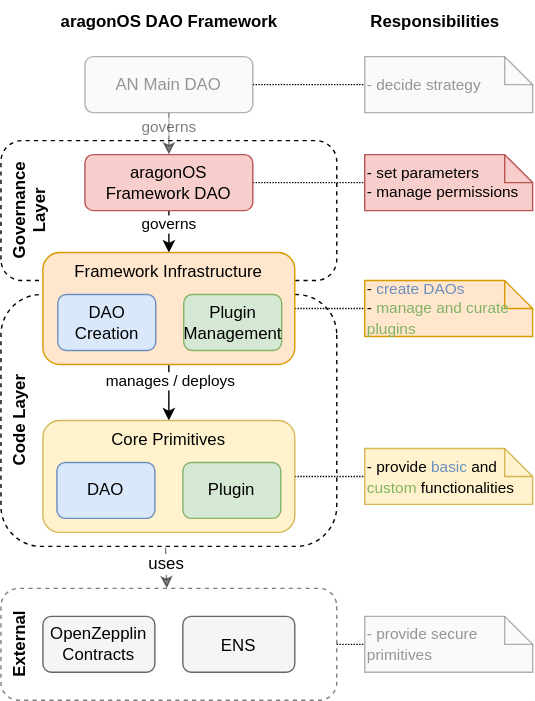
This is packages/contracts/docs/core/01-how-it-works/02-the-dao-framework/aragon-os-framework-overview.drawio.svg from aragon/osx, a draw.io export, as it was before one commit. Source tidied: cells renumbered, new cells last; positions are measured from the earlier drawing's top-left corner, leaving out a move shared by most shapes. Source of this version:
```xml
<mxGraphModel>
  <root>
    <mxCell id="0" />
    <mxCell id="1" parent="0" />
    <mxCell id="2" value="External" style="rounded=1;whiteSpace=wrap;html=1;dashed=1;fillColor=none;verticalAlign=top;fontStyle=1;arcSize=16;direction=west;rotation=270;opacity=50;" parent="1" vertex="1">
      <mxGeometry x="50" y="340" width="80" height="240" as="geometry" />
    </mxCell>
    <mxCell id="3" value="Code Layer" style="rounded=1;whiteSpace=wrap;html=1;dashed=1;fillColor=none;verticalAlign=top;fontStyle=1;arcSize=16;direction=west;rotation=270;" parent="1" vertex="1">
      <mxGeometry y="180" width="180" height="240" as="geometry" />
    </mxCell>
    <mxCell id="4" value="&lt;span style=&quot;font-size: 11px&quot;&gt;&lt;font style=&quot;font-size: 11px&quot;&gt;&amp;nbsp;- decide strategy&lt;/font&gt;&lt;br&gt;&lt;/span&gt;" style="shape=note;size=20;whiteSpace=wrap;html=1;fontSize=12;fillColor=#f5f5f5;align=left;strokeColor=#666666;fontColor=#333333;textOpacity=50;opacity=50;" parent="1" vertex="1">
      <mxGeometry x="230" y="40" width="120" height="40" as="geometry" />
    </mxCell>
    <mxCell id="5" value="&lt;div style=&quot;font-size: 11px&quot;&gt;&lt;span&gt;&amp;nbsp;- set parameters&lt;/span&gt;&lt;br&gt;&lt;/div&gt;&lt;div style=&quot;font-size: 11px&quot;&gt;&lt;span&gt;&lt;font style=&quot;font-size: 11px&quot;&gt;&amp;nbsp;- manage permissions&lt;/font&gt;&lt;/span&gt;&lt;/div&gt;" style="shape=note;size=20;whiteSpace=wrap;html=1;fontSize=12;fillColor=#f8cecc;align=left;strokeColor=#b85450;" parent="1" vertex="1">
      <mxGeometry x="230" y="110" width="120" height="40" as="geometry" />
    </mxCell>
    <mxCell id="6" value="&lt;span style=&quot;font-size: 11px;&quot;&gt;&lt;font style=&quot;font-size: 11px;&quot;&gt;&amp;nbsp;- &lt;font style=&quot;&quot; color=&quot;#6c8ebf&quot;&gt;create DAOs&lt;/font&gt;&lt;br&gt;&amp;nbsp;- &lt;font color=&quot;#81b365&quot;&gt;manage and curate&lt;br&gt;&amp;nbsp; &amp;nbsp;plugins&lt;/font&gt;&lt;/font&gt;&lt;br&gt;&lt;/span&gt;" style="shape=note;size=20;whiteSpace=wrap;html=1;fontSize=12;fillColor=#ffe6cc;align=left;strokeColor=#d79b00;" parent="1" vertex="1">
      <mxGeometry x="230" y="200" width="120" height="40" as="geometry" />
    </mxCell>
    <mxCell id="7" style="edgeStyle=orthogonalEdgeStyle;rounded=0;jettySize=auto;html=1;fontSize=11;endArrow=none;endFill=0;dashed=1;dashPattern=1 1;textOpacity=50;" parent="1" edge="1" source="22" target="4">
      <mxGeometry relative="1" as="geometry" />
    </mxCell>
    <mxCell id="8" style="edgeStyle=orthogonalEdgeStyle;rounded=0;jettySize=auto;html=1;exitX=1;exitY=0.5;exitDx=0;exitDy=0;fontSize=11;endArrow=none;endFill=0;dashed=1;dashPattern=1 1;" parent="1" edge="1" source="19" target="5">
      <mxGeometry relative="1" as="geometry" />
    </mxCell>
    <mxCell id="9" style="edgeStyle=orthogonalEdgeStyle;rounded=0;jettySize=auto;html=1;exitX=1;exitY=0.5;exitDx=0;exitDy=0;fontSize=11;endArrow=none;endFill=0;dashed=1;dashPattern=1 1;" parent="1" edge="1" source="33" target="6">
      <mxGeometry relative="1" as="geometry" />
    </mxCell>
    <mxCell id="10" value="&lt;span style=&quot;font-size: 11px;&quot;&gt;&lt;font style=&quot;font-size: 11px;&quot;&gt;&amp;nbsp;- provide &lt;font style=&quot;&quot; color=&quot;#6c8ebf&quot;&gt;basic&lt;/font&gt; and&lt;br&gt;&amp;nbsp; &amp;nbsp;&lt;font style=&quot;&quot; color=&quot;#81b365&quot;&gt;custom&lt;/font&gt;&lt;font style=&quot;&quot; color=&quot;#97d077&quot;&gt;&amp;nbsp;&lt;/font&gt;functionalities&lt;/font&gt;&lt;br&gt;&lt;/span&gt;" style="shape=note;size=20;whiteSpace=wrap;html=1;fontSize=12;fillColor=#fff2cc;align=left;strokeColor=#d6b656;" parent="1" vertex="1">
      <mxGeometry x="230" y="320" width="120" height="40" as="geometry" />
    </mxCell>
    <mxCell id="11" style="edgeStyle=orthogonalEdgeStyle;rounded=0;jettySize=auto;html=1;dashed=1;dashPattern=1 1;fontSize=11;endArrow=none;endFill=0;" parent="1" edge="1" source="29" target="10">
      <mxGeometry relative="1" as="geometry" />
    </mxCell>
    <mxCell id="12" value="&lt;font color=&quot;#000000&quot; style=&quot;font-size: 12px;&quot;&gt;&lt;b style=&quot;font-size: 12px;&quot;&gt;Responsibilities&lt;/b&gt;&lt;/font&gt;" style="text;html=1;align=center;verticalAlign=middle;strokeColor=none;fillColor=none;fontSize=12;fontColor=#7EA6E0;" parent="1" vertex="1">
      <mxGeometry x="220" width="120" height="30" as="geometry" />
    </mxCell>
    <mxCell id="13" value="&lt;span style=&quot;font-size: 11px&quot;&gt;&lt;font style=&quot;font-size: 11px&quot;&gt;&amp;nbsp;- provide secure &lt;br&gt;&amp;nbsp; &amp;nbsp;primitives&lt;/font&gt;&lt;br&gt;&lt;/span&gt;" style="shape=note;size=20;whiteSpace=wrap;html=1;fontSize=12;fillColor=#f5f5f5;align=left;strokeColor=#666666;fontColor=#333333;opacity=50;textOpacity=50;" parent="1" vertex="1">
      <mxGeometry x="230" y="440" width="120" height="40" as="geometry" />
    </mxCell>
    <mxCell id="14" style="edgeStyle=orthogonalEdgeStyle;rounded=0;jettySize=auto;html=1;dashed=1;dashPattern=1 1;fontSize=11;fontColor=#000000;endArrow=none;endFill=0;textOpacity=50;exitX=0.5;exitY=0;exitDx=0;exitDy=0;" parent="1" edge="1" source="2" target="13">
      <mxGeometry relative="1" as="geometry">
        <Array as="points">
          <mxPoint x="220" y="460" />
          <mxPoint x="220" y="460" />
        </Array>
      </mxGeometry>
    </mxCell>
    <mxCell id="15" value="&lt;font color=&quot;#000000&quot; style=&quot;font-size: 12px;&quot;&gt;&lt;span style=&quot;font-size: 12px;&quot;&gt;&lt;b&gt;aragonOS&lt;/b&gt;&lt;/span&gt;&lt;b style=&quot;font-size: 12px;&quot;&gt; DAO Framework&lt;br style=&quot;font-size: 12px;&quot;&gt;&lt;/b&gt;&lt;/font&gt;" style="text;html=1;align=center;verticalAlign=middle;strokeColor=none;fillColor=none;fontSize=12;fontColor=#7EA6E0;rounded=0;" parent="1" vertex="1">
      <mxGeometry width="180" height="30" as="geometry" />
    </mxCell>
    <mxCell id="16" value="Governance Layer" style="rounded=1;whiteSpace=wrap;html=1;dashed=1;fillColor=none;verticalAlign=top;fontStyle=1;rotation=270;" parent="1" vertex="1">
      <mxGeometry x="40" y="30" width="100" height="240" as="geometry" />
    </mxCell>
    <mxCell id="17" style="edgeStyle=orthogonalEdgeStyle;rounded=0;jettySize=auto;html=1;" parent="1" edge="1" source="19" target="33">
      <mxGeometry relative="1" as="geometry" />
    </mxCell>
    <mxCell id="18" value="governs" style="edgeLabel;html=1;align=center;verticalAlign=middle;" parent="17" vertex="1">
      <mxGeometry x="-0.32" relative="1" as="geometry">
        <mxPoint y="-7" as="offset" />
      </mxGeometry>
    </mxCell>
    <mxCell id="19" value="aragonOS Framework DAO" style="rounded=1;whiteSpace=wrap;html=1;verticalAlign=middle;fontStyle=0;fillColor=#f8cecc;strokeColor=#b85450;" parent="1" vertex="1">
      <mxGeometry x="30" y="110" width="120" height="40" as="geometry" />
    </mxCell>
    <mxCell id="20" style="edgeStyle=orthogonalEdgeStyle;rounded=0;jettySize=auto;html=1;textOpacity=50;opacity=50;" parent="1" edge="1" source="22" target="19">
      <mxGeometry relative="1" as="geometry" />
    </mxCell>
    <mxCell id="21" value="governs" style="edgeLabel;html=1;align=center;verticalAlign=middle;textOpacity=50;" parent="20" vertex="1">
      <mxGeometry x="-0.69" relative="1" as="geometry">
        <mxPoint y="2" as="offset" />
      </mxGeometry>
    </mxCell>
    <mxCell id="22" value="AN Main DAO" style="rounded=1;whiteSpace=wrap;html=1;verticalAlign=middle;fontStyle=0;fillColor=#f5f5f5;strokeColor=#666666;fontColor=#333333;opacity=50;textOpacity=50;" parent="1" vertex="1">
      <mxGeometry x="30" y="40" width="120" height="40" as="geometry" />
    </mxCell>
    <mxCell id="23" style="edgeStyle=orthogonalEdgeStyle;rounded=0;jettySize=auto;html=1;" parent="1" edge="1" source="33" target="29">
      <mxGeometry relative="1" as="geometry" />
    </mxCell>
    <mxCell id="24" value="manages / deploys" style="edgeLabel;html=1;align=center;verticalAlign=middle;" parent="23" vertex="1">
      <mxGeometry x="-0.55" relative="1" as="geometry">
        <mxPoint x="1" y="3" as="offset" />
      </mxGeometry>
    </mxCell>
    <mxCell id="25" value="OpenZepplin Contracts" style="rounded=1;whiteSpace=wrap;html=1;verticalAlign=middle;fontStyle=0;fillColor=#f5f5f5;strokeColor=#666666;fontColor=#000000;" parent="1" vertex="1">
      <mxGeometry y="440" width="80" height="40" as="geometry" />
    </mxCell>
    <mxCell id="26" style="rounded=0;jettySize=auto;html=1;fontSize=12;fontColor=#000000;endArrow=classic;endFill=1;opacity=50;exitX=1.005;exitY=0.51;exitDx=0;exitDy=0;exitPerimeter=0;" parent="1" edge="1" source="3" target="2">
      <mxGeometry relative="1" as="geometry" />
    </mxCell>
    <mxCell id="27" value="uses" style="edgeLabel;html=1;align=center;verticalAlign=middle;fontSize=12;fontColor=#000000;" parent="26" vertex="1">
      <mxGeometry x="-0.47" y="2" relative="1" as="geometry">
        <mxPoint x="-2" y="4" as="offset" />
      </mxGeometry>
    </mxCell>
    <mxCell id="28" style="group;" parent="1" vertex="1">
      <mxGeometry y="300" width="180" height="80" as="geometry" />
    </mxCell>
    <mxCell id="29" value="Core Primitives" style="rounded=1;whiteSpace=wrap;html=1;verticalAlign=top;fontStyle=0;fillColor=#fff2cc;strokeColor=#d6b656;" parent="28" vertex="1">
      <mxGeometry width="180" height="80" as="geometry" />
    </mxCell>
    <mxCell id="30" value="DAO" style="rounded=1;whiteSpace=wrap;html=1;verticalAlign=middle;fontStyle=0;fillColor=#dae8fc;strokeColor=#6c8ebf;" parent="28" vertex="1">
      <mxGeometry x="10" y="30" width="70" height="40" as="geometry" />
    </mxCell>
    <mxCell id="31" value="Plugin" style="rounded=1;whiteSpace=wrap;html=1;verticalAlign=middle;fontStyle=0;fillColor=#d5e8d4;strokeColor=#82b366;" parent="28" vertex="1">
      <mxGeometry x="100" y="30" width="70" height="40" as="geometry" />
    </mxCell>
    <mxCell id="32" style="group;" parent="1" vertex="1">
      <mxGeometry y="180" width="180" height="80" as="geometry" />
    </mxCell>
    <mxCell id="33" value="Framework Infrastructure" style="rounded=1;whiteSpace=wrap;html=1;verticalAlign=top;fontStyle=0;fillColor=#ffe6cc;strokeColor=#d79b00;" parent="32" vertex="1">
      <mxGeometry width="180" height="80" as="geometry" />
    </mxCell>
    <mxCell id="34" value="DAO Creation" style="rounded=1;whiteSpace=wrap;html=1;verticalAlign=middle;fontStyle=0;fillColor=#dae8fc;strokeColor=#6c8ebf;" parent="32" vertex="1">
      <mxGeometry x="10.6" y="30" width="70" height="40" as="geometry" />
    </mxCell>
    <mxCell id="35" value="Plugin&lt;br&gt;Management" style="rounded=1;whiteSpace=wrap;html=1;verticalAlign=middle;fontStyle=0;fillColor=#d5e8d4;strokeColor=#82b366;" parent="32" vertex="1">
      <mxGeometry x="100.6" y="30" width="70" height="40" as="geometry" />
    </mxCell>
    <mxCell id="36" value="&lt;p style=&quot;line-height: 1&quot;&gt;&lt;font color=&quot;#000000&quot;&gt;ENS&lt;/font&gt;&lt;/p&gt;" style="rounded=1;whiteSpace=wrap;html=1;verticalAlign=middle;fontStyle=0;fillColor=#f5f5f5;strokeColor=#666666;fontColor=#333333;" parent="1" vertex="1">
      <mxGeometry x="100" y="440" width="80" height="40" as="geometry" />
    </mxCell>
  </root>
</mxGraphModel>
```
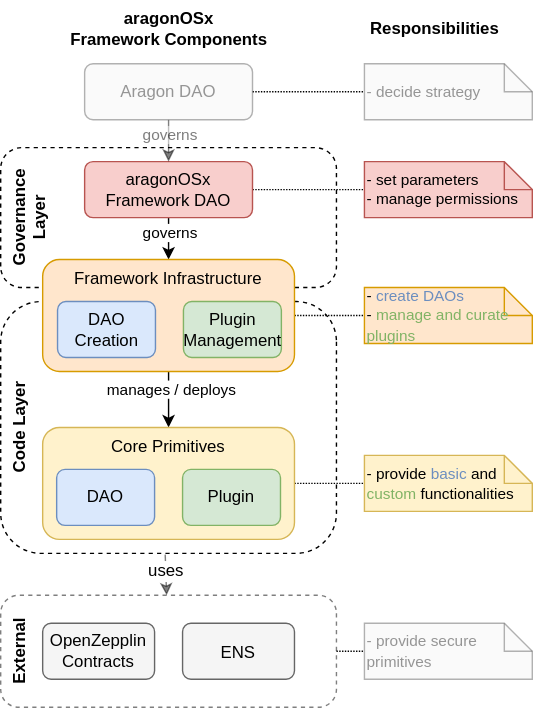
The same file after the commit.

Change to the diagram source:
```diff
@@ -46,8 +46,8 @@
         </Array>
       </mxGeometry>
     </mxCell>
-    <mxCell id="15" value="&lt;font color=&quot;#000000&quot; style=&quot;font-size: 12px;&quot;&gt;&lt;span style=&quot;font-size: 12px;&quot;&gt;&lt;b&gt;aragonOS&lt;/b&gt;&lt;/span&gt;&lt;b style=&quot;font-size: 12px;&quot;&gt; DAO Framework&lt;br style=&quot;font-size: 12px;&quot;&gt;&lt;/b&gt;&lt;/font&gt;" style="text;html=1;align=center;verticalAlign=middle;strokeColor=none;fillColor=none;fontSize=12;fontColor=#7EA6E0;rounded=0;" parent="1" vertex="1">
-      <mxGeometry width="180" height="30" as="geometry" />
+    <mxCell id="15" value="&lt;font color=&quot;#000000&quot; style=&quot;font-size: 12px;&quot;&gt;&lt;span style=&quot;font-size: 12px;&quot;&gt;&lt;b&gt;aragonOSx&lt;br&gt;&lt;/b&gt;&lt;/span&gt;&lt;b style=&quot;font-size: 12px;&quot;&gt;Framework Components&lt;br style=&quot;font-size: 12px;&quot;&gt;&lt;/b&gt;&lt;/font&gt;" style="text;html=1;align=center;verticalAlign=middle;strokeColor=none;fillColor=none;fontSize=12;fontColor=#7EA6E0;rounded=0;" parent="1" vertex="1">
+      <mxGeometry x="10" y="-5" width="160" height="40" as="geometry" />
     </mxCell>
     <mxCell id="16" value="Governance Layer" style="rounded=1;whiteSpace=wrap;html=1;dashed=1;fillColor=none;verticalAlign=top;fontStyle=1;rotation=270;" parent="1" vertex="1">
       <mxGeometry x="40" y="30" width="100" height="240" as="geometry" />
@@ -60,7 +60,7 @@
         <mxPoint y="-7" as="offset" />
       </mxGeometry>
     </mxCell>
-    <mxCell id="19" value="aragonOS Framework DAO" style="rounded=1;whiteSpace=wrap;html=1;verticalAlign=middle;fontStyle=0;fillColor=#f8cecc;strokeColor=#b85450;" parent="1" vertex="1">
+    <mxCell id="19" value="aragonOSx Framework DAO" style="rounded=1;whiteSpace=wrap;html=1;verticalAlign=middle;fontStyle=0;fillColor=#f8cecc;strokeColor=#b85450;" parent="1" vertex="1">
       <mxGeometry x="30" y="110" width="120" height="40" as="geometry" />
     </mxCell>
     <mxCell id="20" style="edgeStyle=orthogonalEdgeStyle;rounded=0;jettySize=auto;html=1;textOpacity=50;opacity=50;" parent="1" edge="1" source="22" target="19">
@@ -71,7 +71,7 @@
         <mxPoint y="2" as="offset" />
       </mxGeometry>
     </mxCell>
-    <mxCell id="22" value="AN Main DAO" style="rounded=1;whiteSpace=wrap;html=1;verticalAlign=middle;fontStyle=0;fillColor=#f5f5f5;strokeColor=#666666;fontColor=#333333;opacity=50;textOpacity=50;" parent="1" vertex="1">
+    <mxCell id="22" value="Aragon DAO" style="rounded=1;whiteSpace=wrap;html=1;verticalAlign=middle;fontStyle=0;fillColor=#f5f5f5;strokeColor=#666666;fontColor=#333333;opacity=50;textOpacity=50;" parent="1" vertex="1">
       <mxGeometry x="30" y="40" width="120" height="40" as="geometry" />
     </mxCell>
     <mxCell id="23" style="edgeStyle=orthogonalEdgeStyle;rounded=0;jettySize=auto;html=1;" parent="1" edge="1" source="33" target="29">
```
